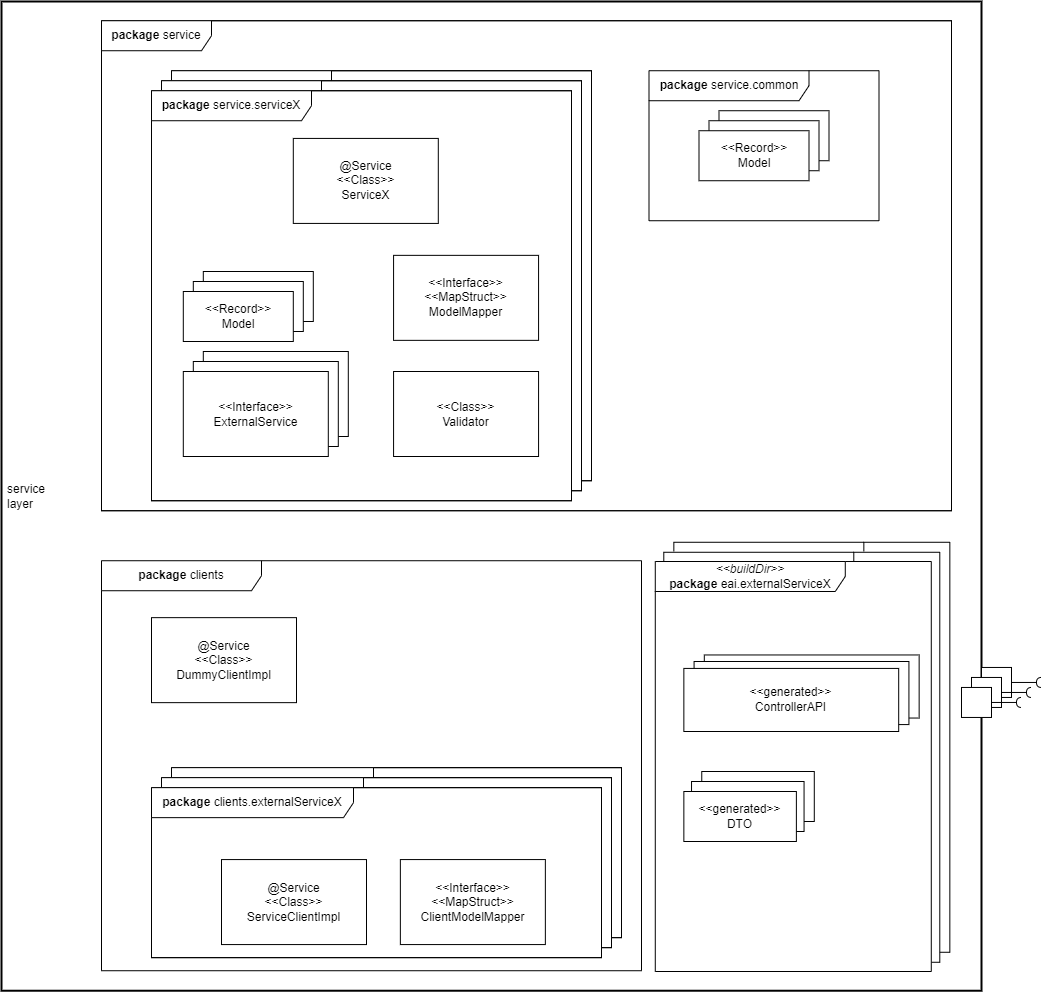
Earlier version of the draw.io export docs/src/public/componentsOfServiceLayer.drawio.png (it-at-m/Wahllokalsystem). Source tidied: cells renumbered, new cells last; positions are measured from the earlier drawing's top-left corner, leaving out a move shared by most shapes. Its diagram source:
```xml
<mxGraphModel>
  <root>
    <mxCell id="0" />
    <mxCell id="1" parent="0" />
    <mxCell id="2" value="service&lt;br&gt;layer" style="html=1;whiteSpace=wrap;align=left;spacingLeft=4;fillColor=default;strokeWidth=2;" parent="1" vertex="1">
      <mxGeometry width="980" height="989.2" as="geometry" />
    </mxCell>
    <mxCell id="3" style="rounded=0;whiteSpace=wrap;html=1;strokeColor=none;" parent="2" vertex="1">
      <mxGeometry x="672.1" y="540" width="276.2" height="410.8" as="geometry" />
    </mxCell>
    <mxCell id="4" value="&lt;div&gt;&lt;/div&gt;" style="shape=umlFrame;whiteSpace=wrap;html=1;width=190;fillColor=default;height=30;" parent="3" vertex="1">
      <mxGeometry x="0.2" y="0.8" width="276" height="410" as="geometry" />
    </mxCell>
    <mxCell id="5" style="rounded=0;whiteSpace=wrap;html=1;strokeColor=none;" parent="2" vertex="1">
      <mxGeometry x="662.1" y="550" width="276.2" height="410.8" as="geometry" />
    </mxCell>
    <mxCell id="6" value="&lt;div&gt;&lt;/div&gt;" style="shape=umlFrame;whiteSpace=wrap;html=1;width=190;fillColor=default;height=30;" parent="5" vertex="1">
      <mxGeometry x="0.2" y="0.8" width="276" height="410" as="geometry" />
    </mxCell>
    <mxCell id="7" style="rounded=0;whiteSpace=wrap;html=1;strokeColor=none;" parent="2" vertex="1">
      <mxGeometry x="653.8" y="560" width="276.2" height="410.8" as="geometry" />
    </mxCell>
    <mxCell id="8" style="group;" parent="7" vertex="1">
      <mxGeometry x="28.6" y="210" width="130.4" height="70" as="geometry" />
    </mxCell>
    <mxCell id="9" value="&lt;div&gt;&lt;/div&gt;" style="rounded=0;whiteSpace=wrap;html=1;strokeWidth=1;strokeColor=#000000;" parent="8" vertex="1">
      <mxGeometry x="17.9" width="112.5" height="50" as="geometry" />
    </mxCell>
    <mxCell id="10" value="&lt;div&gt;&lt;/div&gt;" style="rounded=0;whiteSpace=wrap;html=1;strokeWidth=1;strokeColor=#000000;" parent="8" vertex="1">
      <mxGeometry x="7.7" y="10" width="112.5" height="50" as="geometry" />
    </mxCell>
    <mxCell id="11" value="&lt;div&gt;&amp;lt;&amp;lt;generated&amp;gt;&amp;gt;&lt;/div&gt;&lt;div&gt;&lt;span style=&quot;background-color: initial;&quot;&gt;DTO&lt;/span&gt;&lt;/div&gt;&lt;div&gt;&lt;/div&gt;" style="rounded=0;whiteSpace=wrap;html=1;strokeWidth=1;strokeColor=#000000;" parent="8" vertex="1">
      <mxGeometry y="20" width="112.5" height="50" as="geometry" />
    </mxCell>
    <mxCell id="12" style="group;" parent="7" vertex="1">
      <mxGeometry x="28.6" y="93.5" width="235.3" height="76.5" as="geometry" />
    </mxCell>
    <mxCell id="13" style="rounded=0;whiteSpace=wrap;html=1;strokeWidth=1;strokeColor=#000000;" parent="12" vertex="1">
      <mxGeometry x="20.5" width="214.8" height="63.1" as="geometry" />
    </mxCell>
    <mxCell id="14" style="rounded=0;whiteSpace=wrap;html=1;strokeWidth=1;strokeColor=#000000;" parent="12" vertex="1">
      <mxGeometry x="10.2" y="6.5" width="214.8" height="63.1" as="geometry" />
    </mxCell>
    <mxCell id="15" value="&lt;div&gt;&amp;lt;&amp;lt;generated&amp;gt;&amp;gt;&lt;/div&gt;&lt;div&gt;&lt;span style=&quot;background-color: initial;&quot;&gt;ControllerAPI&lt;/span&gt;&lt;/div&gt;" style="rounded=0;whiteSpace=wrap;html=1;strokeWidth=1;strokeColor=#000000;" parent="12" vertex="1">
      <mxGeometry y="13.5" width="214.8" height="63.1" as="geometry" />
    </mxCell>
    <mxCell id="16" value="&lt;div&gt;&lt;i&gt;&amp;lt;&amp;lt;buildDir&amp;gt;&amp;gt;&lt;/i&gt;&lt;/div&gt;&lt;b&gt;package&lt;/b&gt;&amp;nbsp;eai.externalServiceX" style="shape=umlFrame;whiteSpace=wrap;html=1;width=190;fillColor=default;height=30;" parent="7" vertex="1">
      <mxGeometry width="276" height="410" as="geometry" />
    </mxCell>
    <mxCell id="17" style="rounded=0;whiteSpace=wrap;html=1;strokeColor=none;" parent="1" vertex="1">
      <mxGeometry x="100" y="559.2" width="540" height="410" as="geometry" />
    </mxCell>
    <mxCell id="18" value="&lt;b&gt;package&lt;/b&gt;&amp;nbsp;clients" style="shape=umlFrame;whiteSpace=wrap;html=1;width=160;fillColor=default;" parent="17" vertex="1">
      <mxGeometry width="540" height="410" as="geometry" />
    </mxCell>
    <mxCell id="19" style="edgeStyle=orthogonalEdgeStyle;rounded=0;orthogonalLoop=1;jettySize=auto;html=1;exitX=0.5;exitY=1;exitDx=0;exitDy=0;entryX=0;entryY=0.5;entryDx=0;entryDy=0;endArrow=none;endFill=0;" parent="17" edge="1">
      <mxGeometry relative="1" as="geometry">
        <mxPoint x="214.9" y="133.8" as="sourcePoint" />
      </mxGeometry>
    </mxCell>
    <mxCell id="20" style="edgeStyle=orthogonalEdgeStyle;rounded=0;orthogonalLoop=1;jettySize=auto;html=1;exitX=0.5;exitY=1;exitDx=0;exitDy=0;entryX=0;entryY=0.5;entryDx=0;entryDy=0;endArrow=none;endFill=0;" parent="17" edge="1">
      <mxGeometry relative="1" as="geometry">
        <mxPoint x="214.9" y="133.8" as="sourcePoint" />
      </mxGeometry>
    </mxCell>
    <mxCell id="21" style="edgeStyle=orthogonalEdgeStyle;rounded=0;orthogonalLoop=1;jettySize=auto;html=1;exitX=0.5;exitY=1;exitDx=0;exitDy=0;entryX=1;entryY=0.5;entryDx=0;entryDy=0;endArrow=none;endFill=0;" parent="17" edge="1">
      <mxGeometry relative="1" as="geometry">
        <mxPoint x="214.9" y="133.8" as="sourcePoint" />
      </mxGeometry>
    </mxCell>
    <mxCell id="22" style="edgeStyle=orthogonalEdgeStyle;rounded=0;orthogonalLoop=1;jettySize=auto;html=1;exitX=0.5;exitY=1;exitDx=0;exitDy=0;entryX=1;entryY=0.5;entryDx=0;entryDy=0;endArrow=none;endFill=0;" parent="17" edge="1">
      <mxGeometry relative="1" as="geometry">
        <mxPoint x="214.9" y="133.8" as="sourcePoint" />
      </mxGeometry>
    </mxCell>
    <mxCell id="23" value="&lt;div&gt;@&lt;span style=&quot;background-color: initial;&quot;&gt;Service&lt;/span&gt;&lt;/div&gt;&lt;div&gt;&lt;span style=&quot;background-color: initial;&quot;&gt;&amp;lt;&amp;lt;Class&amp;gt;&amp;gt;&lt;/span&gt;&lt;/div&gt;&lt;div&gt;&lt;span style=&quot;background-color: initial;&quot;&gt;DummyClientImpl&lt;/span&gt;&lt;/div&gt;" style="rounded=0;whiteSpace=wrap;html=1;strokeWidth=1;strokeColor=#000000;" parent="17" vertex="1">
      <mxGeometry x="50" y="56.9" width="145" height="85" as="geometry" />
    </mxCell>
    <mxCell id="24" style="group;" parent="17" vertex="1">
      <mxGeometry x="50" y="206.9" width="470" height="190" as="geometry" />
    </mxCell>
    <mxCell id="25" style="rounded=0;whiteSpace=wrap;html=1;" parent="24" vertex="1">
      <mxGeometry x="20" width="450" height="170" as="geometry" />
    </mxCell>
    <mxCell id="26" style="shape=umlFrame;whiteSpace=wrap;html=1;width=202;fillColor=default;height=30;" parent="25" vertex="1">
      <mxGeometry width="450" height="170" as="geometry" />
    </mxCell>
    <mxCell id="27" style="rounded=0;whiteSpace=wrap;html=1;" parent="24" vertex="1">
      <mxGeometry x="10" y="10" width="450" height="170" as="geometry" />
    </mxCell>
    <mxCell id="28" style="shape=umlFrame;whiteSpace=wrap;html=1;width=202;fillColor=default;height=30;" parent="27" vertex="1">
      <mxGeometry width="450" height="170" as="geometry" />
    </mxCell>
    <mxCell id="29" style="rounded=0;whiteSpace=wrap;html=1;" parent="24" vertex="1">
      <mxGeometry y="20" width="450" height="170" as="geometry" />
    </mxCell>
    <mxCell id="30" value="&lt;b&gt;package&lt;/b&gt;&amp;nbsp;clients.externalServiceX" style="shape=umlFrame;whiteSpace=wrap;html=1;width=202;fillColor=default;height=30;" parent="29" vertex="1">
      <mxGeometry width="450" height="170" as="geometry" />
    </mxCell>
    <mxCell id="31" value="&lt;div&gt;@&lt;span style=&quot;background-color: initial;&quot;&gt;Service&lt;/span&gt;&lt;/div&gt;&lt;div&gt;&lt;span style=&quot;background-color: initial;&quot;&gt;&amp;lt;&amp;lt;Class&amp;gt;&amp;gt;&lt;/span&gt;&lt;/div&gt;&lt;div&gt;&lt;span style=&quot;background-color: initial;&quot;&gt;ServiceClientImpl&lt;/span&gt;&lt;/div&gt;" style="rounded=0;whiteSpace=wrap;html=1;strokeWidth=1;strokeColor=#000000;" parent="30" vertex="1">
      <mxGeometry x="70" y="71.9" width="145" height="85" as="geometry" />
    </mxCell>
    <mxCell id="32" value="&lt;div&gt;&lt;span style=&quot;background-color: initial;&quot;&gt;&amp;lt;&amp;lt;Interface&amp;gt;&amp;gt;&lt;/span&gt;&lt;br&gt;&lt;/div&gt;&lt;div&gt;&lt;span style=&quot;background-color: initial;&quot;&gt;&amp;lt;&amp;lt;MapStruct&amp;gt;&amp;gt;&lt;/span&gt;&lt;/div&gt;ClientModelMapper" style="rounded=0;whiteSpace=wrap;html=1;strokeWidth=1;strokeColor=#000000;" parent="29" vertex="1">
      <mxGeometry x="248.9" y="71.9" width="145" height="85" as="geometry" />
    </mxCell>
    <mxCell id="33" style="rounded=0;whiteSpace=wrap;html=1;" parent="1" vertex="1">
      <mxGeometry x="100" y="19.2" width="850" height="490" as="geometry" />
    </mxCell>
    <mxCell id="34" value="&lt;b&gt;package&lt;/b&gt;&amp;nbsp;service" style="shape=umlFrame;whiteSpace=wrap;html=1;width=110;fillColor=default;height=30;" parent="33" vertex="1">
      <mxGeometry width="850" height="490" as="geometry" />
    </mxCell>
    <mxCell id="35" value="&lt;b&gt;package&lt;/b&gt;&amp;nbsp;service.common" style="shape=umlFrame;whiteSpace=wrap;html=1;width=160;fillColor=default;" parent="34" vertex="1">
      <mxGeometry x="547.5" y="50" width="230" height="150" as="geometry" />
    </mxCell>
    <mxCell id="36" style="group;" parent="35" vertex="1">
      <mxGeometry x="50" y="40" width="130" height="70" as="geometry" />
    </mxCell>
    <mxCell id="37" value="&lt;div&gt;&lt;span style=&quot;background-color: initial;&quot;&gt;&amp;lt;&amp;lt;Record&amp;gt;&amp;gt;&lt;/span&gt;&lt;br&gt;&lt;/div&gt;CommonModel" style="rounded=0;whiteSpace=wrap;html=1;strokeWidth=1;strokeColor=#000000;" parent="36" vertex="1">
      <mxGeometry x="20" width="110" height="50" as="geometry" />
    </mxCell>
    <mxCell id="38" value="&lt;div&gt;&lt;span style=&quot;background-color: initial;&quot;&gt;&amp;lt;&amp;lt;Record&amp;gt;&amp;gt;&lt;/span&gt;&lt;br&gt;&lt;/div&gt;CommonModel" style="rounded=0;whiteSpace=wrap;html=1;strokeWidth=1;strokeColor=#000000;" parent="36" vertex="1">
      <mxGeometry x="10" y="10" width="110" height="50" as="geometry" />
    </mxCell>
    <mxCell id="39" value="&lt;div&gt;&lt;span style=&quot;background-color: initial;&quot;&gt;&amp;lt;&amp;lt;Record&amp;gt;&amp;gt;&lt;/span&gt;&lt;br&gt;&lt;/div&gt;Model" style="rounded=0;whiteSpace=wrap;html=1;strokeWidth=1;strokeColor=#000000;" parent="36" vertex="1">
      <mxGeometry y="20" width="110" height="50" as="geometry" />
    </mxCell>
    <mxCell id="40" style="group;" parent="33" vertex="1">
      <mxGeometry x="50" y="50" width="440" height="430" as="geometry" />
    </mxCell>
    <mxCell id="41" style="rounded=0;whiteSpace=wrap;html=1;" parent="40" vertex="1">
      <mxGeometry x="20" width="420" height="410" as="geometry" />
    </mxCell>
    <mxCell id="42" style="shape=umlFrame;whiteSpace=wrap;html=1;width=160;fillColor=default;" parent="41" vertex="1">
      <mxGeometry width="420" height="410" as="geometry" />
    </mxCell>
    <mxCell id="43" style="rounded=0;whiteSpace=wrap;html=1;" parent="40" vertex="1">
      <mxGeometry x="10" y="10" width="420" height="410" as="geometry" />
    </mxCell>
    <mxCell id="44" style="shape=umlFrame;whiteSpace=wrap;html=1;width=160;fillColor=default;" parent="43" vertex="1">
      <mxGeometry width="420" height="410" as="geometry" />
    </mxCell>
    <mxCell id="45" style="rounded=0;whiteSpace=wrap;html=1;" parent="40" vertex="1">
      <mxGeometry y="20" width="420" height="410" as="geometry" />
    </mxCell>
    <mxCell id="46" value="&lt;b&gt;package&lt;/b&gt;&amp;nbsp;service.serviceX" style="shape=umlFrame;whiteSpace=wrap;html=1;width=160;fillColor=default;" parent="45" vertex="1">
      <mxGeometry width="420" height="410" as="geometry" />
    </mxCell>
    <mxCell id="47" value="&lt;div&gt;&lt;span style=&quot;background-color: initial;&quot;&gt;&amp;lt;&amp;lt;Record&amp;gt;&amp;gt;&lt;/span&gt;&lt;br&gt;&lt;/div&gt;Model" style="rounded=0;whiteSpace=wrap;html=1;strokeWidth=1;strokeColor=#000000;" parent="45" vertex="1">
      <mxGeometry x="51.8" y="180.8" width="110" height="50" as="geometry" />
    </mxCell>
    <mxCell id="48" value="&lt;div&gt;&lt;span style=&quot;background-color: initial;&quot;&gt;&amp;lt;&amp;lt;Record&amp;gt;&amp;gt;&lt;/span&gt;&lt;br&gt;&lt;/div&gt;Model" style="rounded=0;whiteSpace=wrap;html=1;strokeWidth=1;strokeColor=#000000;" parent="45" vertex="1">
      <mxGeometry x="41.8" y="190.8" width="110" height="50" as="geometry" />
    </mxCell>
    <mxCell id="49" value="&lt;div&gt;&lt;span style=&quot;background-color: initial;&quot;&gt;@Service&lt;/span&gt;&lt;/div&gt;&lt;div&gt;&lt;span style=&quot;background-color: initial;&quot;&gt;&amp;lt;&amp;lt;Class&amp;gt;&amp;gt;&lt;/span&gt;&lt;/div&gt;ServiceX" style="rounded=0;whiteSpace=wrap;html=1;strokeWidth=1;strokeColor=#000000;" parent="45" vertex="1">
      <mxGeometry x="141.8" y="47.7" width="145" height="85" as="geometry" />
    </mxCell>
    <mxCell id="50" value="&lt;div&gt;&lt;span style=&quot;background-color: initial;&quot;&gt;&amp;lt;&amp;lt;Record&amp;gt;&amp;gt;&lt;/span&gt;&lt;br&gt;&lt;/div&gt;Model" style="rounded=0;whiteSpace=wrap;html=1;strokeWidth=1;strokeColor=#000000;" parent="45" vertex="1">
      <mxGeometry x="31.8" y="200.8" width="110" height="50" as="geometry" />
    </mxCell>
    <mxCell id="51" value="&lt;div&gt;&lt;span style=&quot;background-color: initial;&quot;&gt;&amp;lt;&amp;lt;Interface&amp;gt;&amp;gt;&lt;/span&gt;&lt;br&gt;&lt;/div&gt;&lt;div&gt;&lt;span style=&quot;background-color: initial;&quot;&gt;&amp;lt;&amp;lt;MapStruct&amp;gt;&amp;gt;&lt;/span&gt;&lt;/div&gt;ModelMapper" style="rounded=0;whiteSpace=wrap;html=1;strokeWidth=1;strokeColor=#000000;" parent="45" vertex="1">
      <mxGeometry x="242.1" y="164.6" width="145" height="85" as="geometry" />
    </mxCell>
    <mxCell id="52" value="&lt;div&gt;&lt;span style=&quot;background-color: initial;&quot;&gt;&amp;lt;&amp;lt;Class&amp;gt;&amp;gt;&lt;/span&gt;&lt;br&gt;&lt;/div&gt;Validator" style="rounded=0;whiteSpace=wrap;html=1;strokeWidth=1;strokeColor=#000000;" parent="45" vertex="1">
      <mxGeometry x="242.1" y="280.8" width="145" height="85" as="geometry" />
    </mxCell>
    <mxCell id="53" value="&lt;div&gt;&lt;/div&gt;" style="rounded=0;whiteSpace=wrap;html=1;strokeWidth=1;strokeColor=#000000;" parent="45" vertex="1">
      <mxGeometry x="51.8" y="260.8" width="145" height="85" as="geometry" />
    </mxCell>
    <mxCell id="54" value="&lt;div&gt;&lt;/div&gt;" style="rounded=0;whiteSpace=wrap;html=1;strokeWidth=1;strokeColor=#000000;" parent="45" vertex="1">
      <mxGeometry x="41.8" y="270.8" width="145" height="85" as="geometry" />
    </mxCell>
    <mxCell id="55" value="&lt;div&gt;&lt;span style=&quot;background-color: initial;&quot;&gt;&amp;lt;&amp;lt;Interface&amp;gt;&amp;gt;&lt;/span&gt;&lt;br&gt;&lt;/div&gt;ExternalService" style="rounded=0;whiteSpace=wrap;html=1;strokeWidth=1;strokeColor=#000000;" parent="45" vertex="1">
      <mxGeometry x="31.8" y="280.8" width="145" height="85" as="geometry" />
    </mxCell>
    <mxCell id="56" style="group;" parent="1" vertex="1">
      <mxGeometry x="960" y="666" width="80" height="50" as="geometry" />
    </mxCell>
    <mxCell id="57" style="html=1;rounded=0;" parent="56" vertex="1">
      <mxGeometry x="20" width="30" height="30" as="geometry" />
    </mxCell>
    <mxCell id="58" style="endArrow=none;html=1;rounded=0;align=center;verticalAlign=top;endFill=0;labelBackgroundColor=none;endSize=2;" parent="56" edge="1" source="57" target="59">
      <mxGeometry relative="1" as="geometry" />
    </mxCell>
    <mxCell id="59" style="shape=requiredInterface;html=1;fontSize=11;align=center;fillColor=none;points=[];verticalAlign=bottom;labelPosition=center;verticalLabelPosition=top;flipH=1;" parent="56" vertex="1">
      <mxGeometry x="75" y="10" width="5" height="10" as="geometry" />
    </mxCell>
    <mxCell id="60" style="html=1;rounded=0;" parent="56" vertex="1">
      <mxGeometry x="10" y="10" width="30" height="30" as="geometry" />
    </mxCell>
    <mxCell id="61" style="endArrow=none;html=1;rounded=0;align=center;verticalAlign=top;endFill=0;labelBackgroundColor=none;endSize=2;" parent="56" edge="1" source="60" target="62">
      <mxGeometry relative="1" as="geometry" />
    </mxCell>
    <mxCell id="62" style="shape=requiredInterface;html=1;fontSize=11;align=center;fillColor=none;points=[];verticalAlign=bottom;labelPosition=center;verticalLabelPosition=top;flipH=1;" parent="56" vertex="1">
      <mxGeometry x="65" y="20" width="5" height="10" as="geometry" />
    </mxCell>
    <mxCell id="63" style="html=1;rounded=0;" parent="56" vertex="1">
      <mxGeometry y="20" width="30" height="30" as="geometry" />
    </mxCell>
    <mxCell id="64" style="endArrow=none;html=1;rounded=0;align=center;verticalAlign=top;endFill=0;labelBackgroundColor=none;endSize=2;" parent="56" edge="1" source="63" target="65">
      <mxGeometry relative="1" as="geometry" />
    </mxCell>
    <mxCell id="65" style="shape=requiredInterface;html=1;fontSize=11;align=center;fillColor=none;points=[];verticalAlign=bottom;labelPosition=center;verticalLabelPosition=top;flipH=1;" parent="56" vertex="1">
      <mxGeometry x="55" y="30" width="5" height="10" as="geometry" />
    </mxCell>
  </root>
</mxGraphModel>
```
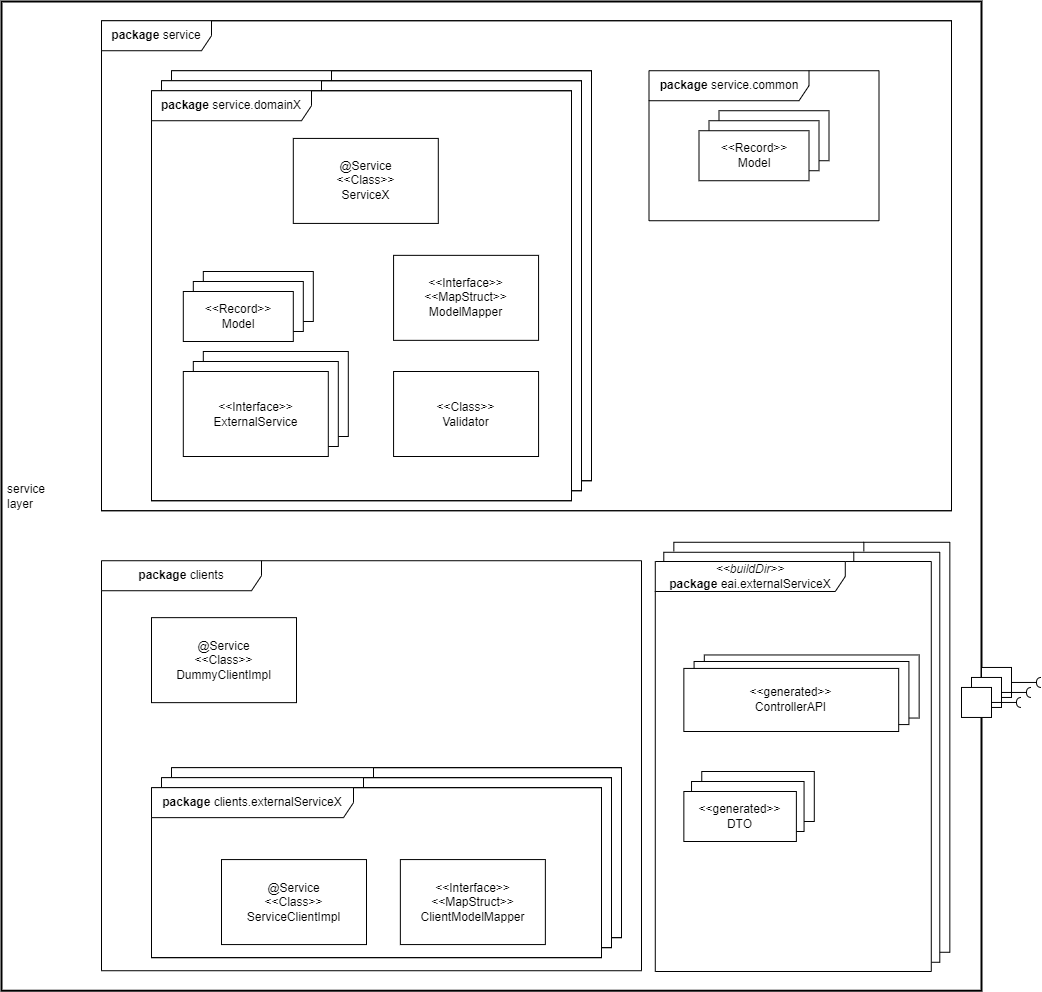
Later version of the same file.

What changed in the source:
```diff
@@ -142,7 +142,7 @@
     <mxCell id="45" style="rounded=0;whiteSpace=wrap;html=1;" parent="40" vertex="1">
       <mxGeometry y="20" width="420" height="410" as="geometry" />
     </mxCell>
-    <mxCell id="46" value="&lt;b&gt;package&lt;/b&gt;&amp;nbsp;service.serviceX" style="shape=umlFrame;whiteSpace=wrap;html=1;width=160;fillColor=default;" parent="45" vertex="1">
+    <mxCell id="46" value="&lt;b&gt;package&lt;/b&gt;&amp;nbsp;service.domainX" style="shape=umlFrame;whiteSpace=wrap;html=1;width=160;fillColor=default;" parent="45" vertex="1">
       <mxGeometry width="420" height="410" as="geometry" />
     </mxCell>
     <mxCell id="47" value="&lt;div&gt;&lt;span style=&quot;background-color: initial;&quot;&gt;&amp;lt;&amp;lt;Record&amp;gt;&amp;gt;&lt;/span&gt;&lt;br&gt;&lt;/div&gt;Model" style="rounded=0;whiteSpace=wrap;html=1;strokeWidth=1;strokeColor=#000000;" parent="45" vertex="1">
```
